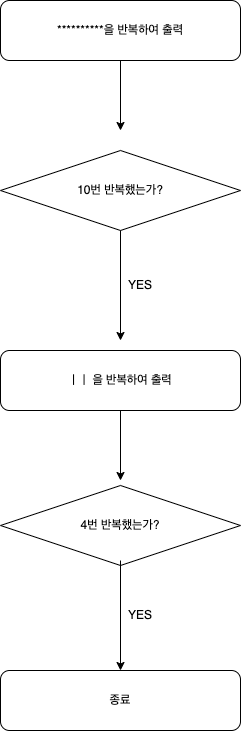
This is STEP2.png from yagom-academy/swift-starter-Round1, a draw.io export, as it was before one commit. Source tidied: cells renumbered, new cells last; positions are measured from the earlier drawing's top-left corner, leaving out a move shared by most shapes.
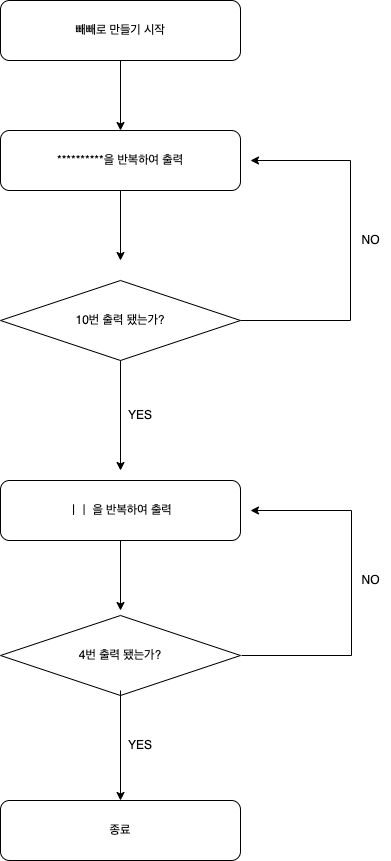
Above is the later version.

Commit message:
STEP2 순서도 수정, STEP3

Diff of the diagram source:
```diff
@@ -13,7 +13,16 @@
     <mxCell id="4" value="YES" style="text;html=1;strokeColor=none;fillColor=none;align=center;verticalAlign=middle;whiteSpace=wrap;rounded=0;" parent="1" vertex="1">
       <mxGeometry x="120" y="270" width="40" height="30" as="geometry" />
     </mxCell>
+    <mxCell id="13" style="edgeStyle=orthogonalEdgeStyle;rounded=0;jettySize=auto;html=1;exitX=1;exitY=0.5;exitDx=0;exitDy=0;" parent="1" edge="1" source="5">
+      <mxGeometry relative="1" as="geometry">
+        <mxPoint x="250" y="30" as="targetPoint" />
+        <Array as="points">
+          <mxPoint x="350" y="190" />
+          <mxPoint x="350" y="30" />
+        </Array>
+      </mxGeometry>
+    </mxCell>
-    <mxCell id="5" value="10번 반복했는가?" style="rhombus;whiteSpace=wrap;html=1;" parent="1" vertex="1">
+    <mxCell id="5" value="10번 출력 됐는가?" style="rhombus;whiteSpace=wrap;html=1;" parent="1" vertex="1">
       <mxGeometry y="150" width="240" height="80" as="geometry" />
     </mxCell>
     <mxCell id="6" style="endArrow=classic;html=1;rounded=0;exitX=0.5;exitY=1;exitDx=0;exitDy=0;" parent="1" edge="1" source="5">
@@ -27,7 +36,7 @@
     <mxCell id="8" value="종료" style="rounded=1;whiteSpace=wrap;html=1;" parent="1" vertex="1">
       <mxGeometry y="670" width="240" height="60" as="geometry" />
     </mxCell>
-    <mxCell id="9" value="4번 반복했는가?" style="rhombus;whiteSpace=wrap;html=1;" parent="1" vertex="1">
+    <mxCell id="9" value="4번 출력 됐는가?" style="rhombus;whiteSpace=wrap;html=1;" parent="1" vertex="1">
       <mxGeometry y="485" width="240" height="80" as="geometry" />
     </mxCell>
     <mxCell id="10" style="endArrow=classic;html=1;rounded=0;exitX=0.5;exitY=1;exitDx=0;exitDy=0;" parent="1" edge="1">
@@ -44,5 +53,27 @@
         <mxPoint x="120" y="480" as="targetPoint" />
       </mxGeometry>
     </mxCell>
+    <mxCell id="14" style="edgeStyle=orthogonalEdgeStyle;rounded=0;jettySize=auto;html=1;" parent="1" edge="1" source="15" target="2">
+      <mxGeometry relative="1" as="geometry" />
+    </mxCell>
+    <mxCell id="15" value="빼빼로 만들기 시작" style="rounded=1;whiteSpace=wrap;html=1;" parent="1" vertex="1">
+      <mxGeometry y="-130" width="240" height="60" as="geometry" />
+    </mxCell>
+    <mxCell id="16" style="edgeStyle=orthogonalEdgeStyle;rounded=0;orthogonalLoop=1;jettySize=auto;html=1;exitX=1;exitY=0.5;exitDx=0;exitDy=0;" parent="1" edge="1">
+      <mxGeometry relative="1" as="geometry">
+        <mxPoint x="241" y="525" as="sourcePoint" />
+        <mxPoint x="250" y="380" as="targetPoint" />
+        <Array as="points">
+          <mxPoint x="351" y="525" />
+          <mxPoint x="351" y="380" />
+        </Array>
+      </mxGeometry>
+    </mxCell>
+    <mxCell id="17" value="NO" style="text;html=1;align=center;verticalAlign=middle;strokeColor=none;fillColor=none;" parent="1" vertex="1">
+      <mxGeometry x="350" y="95" width="40" height="30" as="geometry" />
+    </mxCell>
+    <mxCell id="18" value="NO" style="text;html=1;align=center;verticalAlign=middle;strokeColor=none;fillColor=none;" parent="1" vertex="1">
+      <mxGeometry x="350" y="435" width="40" height="30" as="geometry" />
+    </mxCell>
   </root>
 </mxGraphModel>
```
